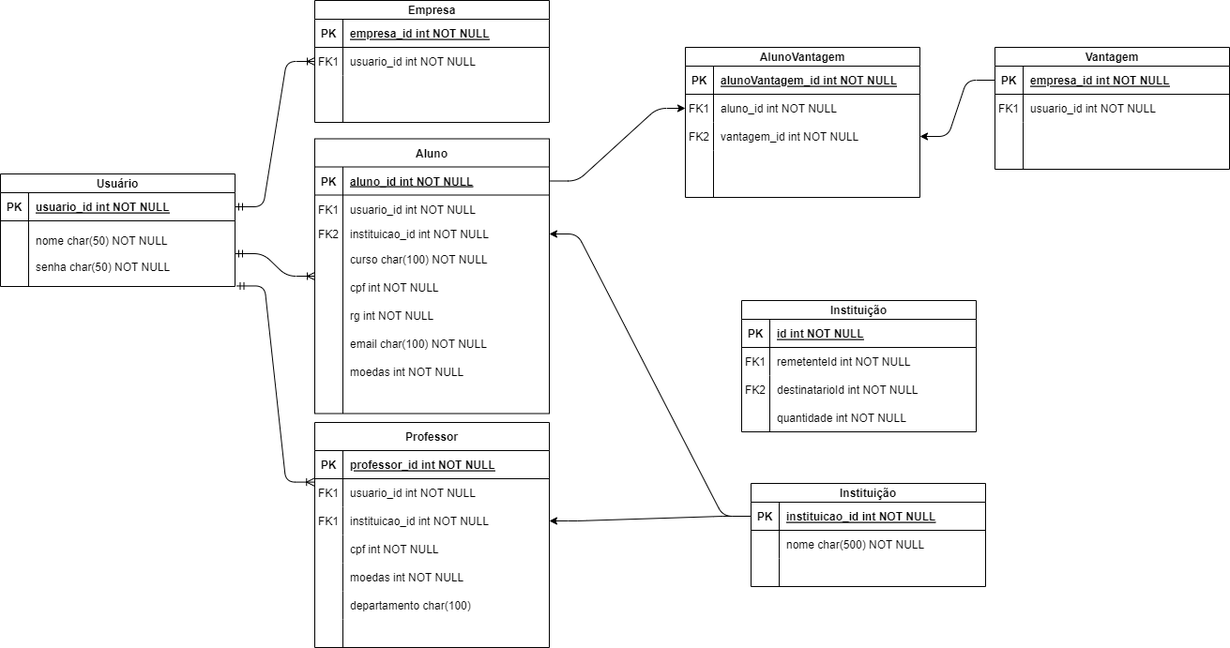
Before: Laboratorio 3/Projeto/ER_Detalhado.drawio.png, a diagram exported from draw.io (Deathpark/LabProjetoSoftware). Source tidied: cells renumbered, new cells last; positions are measured from the earlier drawing's top-left corner, leaving out a move shared by most shapes.
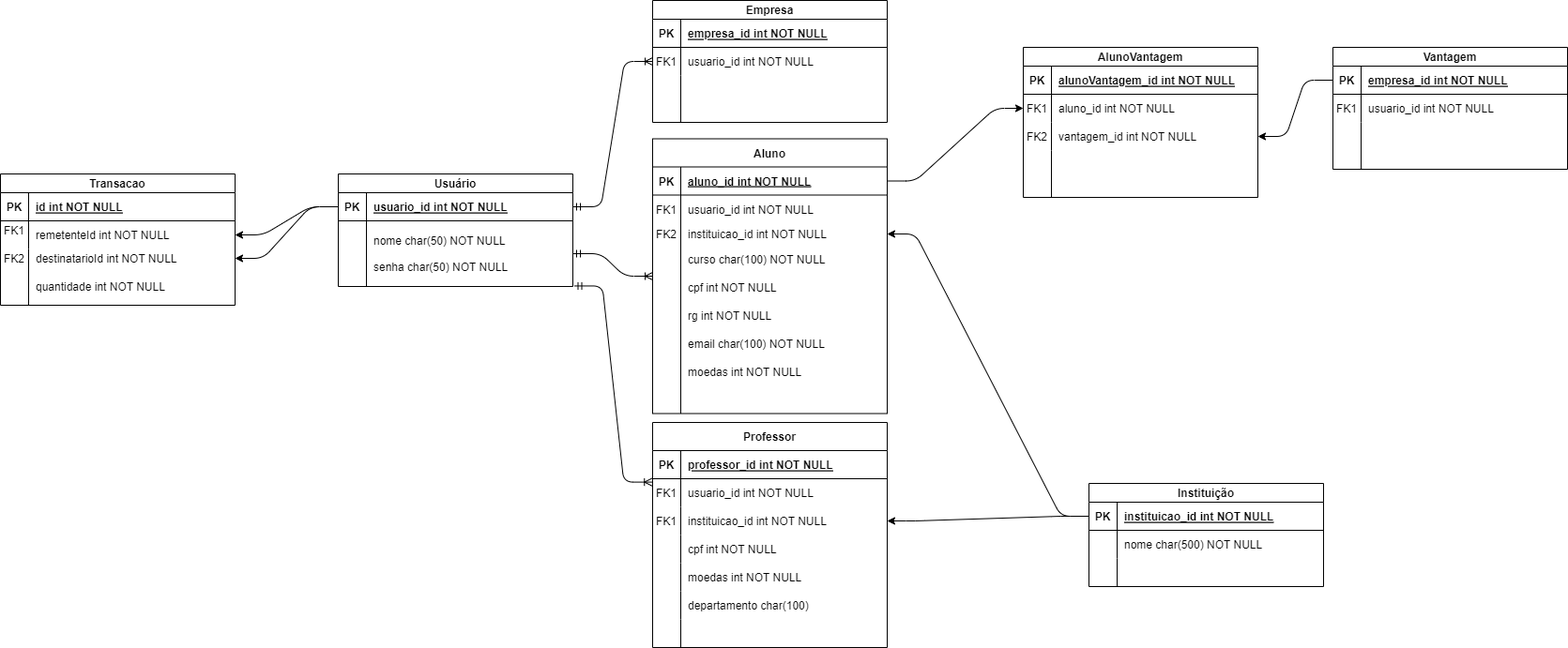
Later version of the same file.

Diff of the diagram source:
```diff
@@ -323,8 +323,8 @@
     <mxCell id="108" style="edgeStyle=entityRelationEdgeStyle;rounded=1;jettySize=auto;html=1;entryX=1;entryY=0.5;entryDx=0;entryDy=0;startArrow=none;startFill=0;endArrow=classic;endFill=1;elbow=vertical;" parent="1" edge="1" source="83" target="99">
       <mxGeometry relative="1" as="geometry" />
     </mxCell>
-    <mxCell id="109" value="Instituição" style="shape=table;startSize=20;rowLines=0;fontStyle=1;align=center;perimeterSpacing=0;fillStyle=auto;resizeLastRow=0;" parent="1" vertex="1">
-      <mxGeometry x="790" y="320" width="250" height="140" as="geometry" />
+    <mxCell id="109" value="Transacao" style="shape=table;startSize=20;rowLines=0;fontStyle=1;align=center;perimeterSpacing=0;fillStyle=auto;resizeLastRow=0;" parent="1" vertex="1">
+      <mxGeometry x="-360" y="185" width="250" height="140" as="geometry" />
     </mxCell>
     <mxCell id="110" style="shape=partialRectangle;fillColor=none;top=0;left=0;right=0;bottom=1;" parent="109" vertex="1">
       <mxGeometry y="20" width="250" height="30" as="geometry" />
@@ -354,10 +354,10 @@
       <mxGeometry x="30" width="220" height="60" as="geometry" />
     </mxCell>
     <mxCell id="119" value="FK1" style="shape=partialRectangle;overflow=hidden;fillColor=none;top=0;left=0;bottom=0;right=0;" parent="1" vertex="1">
-      <mxGeometry x="790" y="370" width="30" height="30" as="geometry" />
+      <mxGeometry x="-360" y="230" width="30" height="30" as="geometry" />
     </mxCell>
     <mxCell id="120" style="shape=partialRectangle;fillColor=none;points=[[0,0.5],[1,0.5]];portConstraint=eastwest;top=0;left=0;right=0;bottom=0;" parent="1" vertex="1">
-      <mxGeometry x="790" y="400" width="250" height="30" as="geometry" />
+      <mxGeometry x="-360" y="260" width="250" height="30" as="geometry" />
     </mxCell>
     <mxCell id="121" value="FK2" style="shape=partialRectangle;overflow=hidden;fillColor=none;top=0;left=0;bottom=0;right=0;" parent="120" vertex="1">
       <mxGeometry width="30" height="30" as="geometry" />
@@ -366,7 +366,13 @@
       <mxGeometry x="30" width="220" height="30" as="geometry" />
     </mxCell>
     <mxCell id="123" value="quantidade int NOT NULL" style="shape=partialRectangle;overflow=hidden;fillColor=none;top=0;left=0;bottom=0;right=0;align=left;spacingLeft=6;" parent="1" vertex="1">
-      <mxGeometry x="820" y="430" width="220" height="30" as="geometry" />
+      <mxGeometry x="-330" y="290" width="220" height="30" as="geometry" />
     </mxCell>
+    <mxCell id="124" style="edgeStyle=entityRelationEdgeStyle;rounded=1;jettySize=auto;html=1;entryX=1;entryY=0.5;entryDx=0;entryDy=0;startArrow=none;startFill=0;endArrow=classic;endFill=1;elbow=vertical;exitX=0;exitY=0.5;exitDx=0;exitDy=0;" parent="1" edge="1" source="42" target="113">
+      <mxGeometry relative="1" as="geometry" />
+    </mxCell>
+    <mxCell id="125" style="edgeStyle=entityRelationEdgeStyle;rounded=1;jettySize=auto;html=1;entryX=1;entryY=0.5;entryDx=0;entryDy=0;startArrow=none;startFill=0;endArrow=classic;endFill=1;elbow=vertical;exitX=0;exitY=0.5;exitDx=0;exitDy=0;" parent="1" edge="1" source="42" target="120">
+      <mxGeometry relative="1" as="geometry" />
+    </mxCell>
   </root>
 </mxGraphModel>
```
